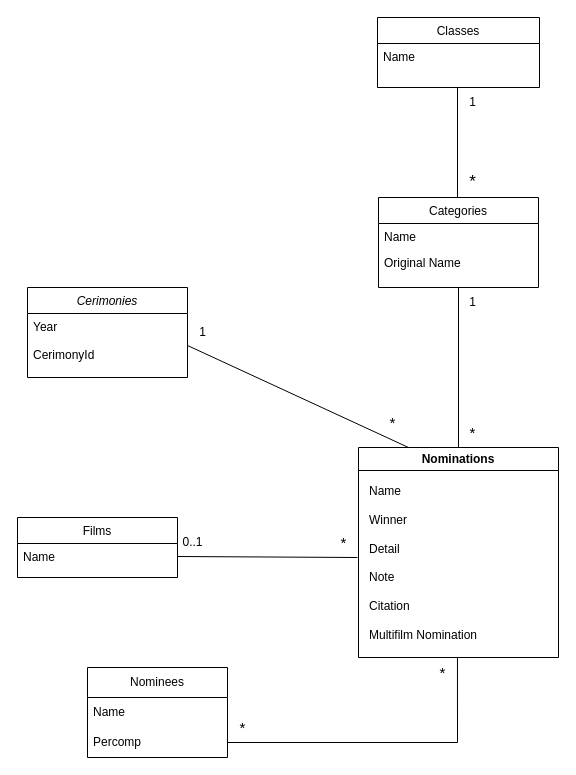
Before: uml.drawio in QuAleAcEna/PythonAppOscars, a draw.io diagram. Source tidied: cells renumbered, new cells numbered last; positions are measured from the earlier drawing's top-left corner, leaving out a move shared by most shapes. Both pictures are drawn from the tidied source at 100%, with x=0, y=0 at pixel (17, 17).
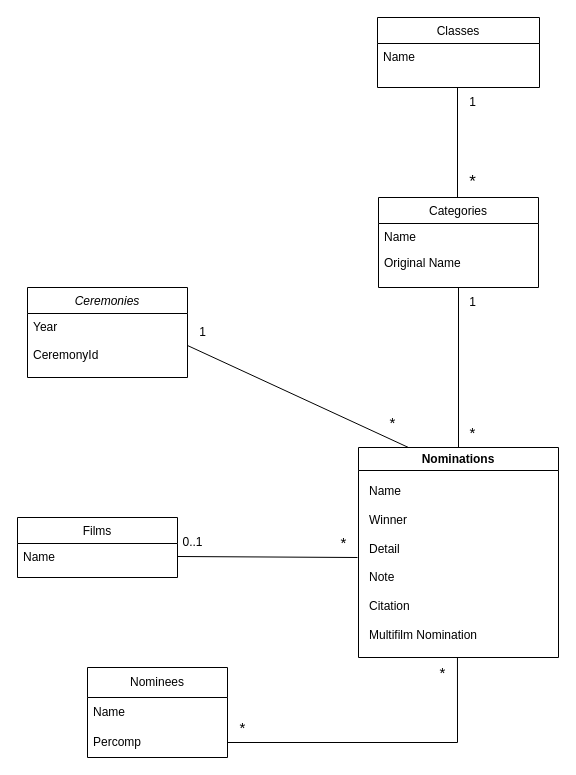
The same diagram, later.

Change to the diagram source:
```diff
@@
-    <mxCell id="2" value="Cerimonies" style="swimlane;fontStyle=2;align=center;verticalAlign=top;horizontal=1;startSize=26;rounded=0;shadow=0;strokeWidth=1;" parent="1" vertex="1">
+    <mxCell id="2" value="Ceremonies" style="swimlane;fontStyle=2;align=center;verticalAlign=top;horizontal=1;startSize=26;rounded=0;shadow=0;strokeWidth=1;" parent="1" vertex="1">
       <mxGeometry x="10" y="270" width="160" height="90" as="geometry" />
     </mxCell>
-    <mxCell id="3" value="Year&#10;&#10;CerimonyId" style="text;align=left;verticalAlign=top;spacingLeft=4;spacingRight=4;overflow=hidden;points=[[0,0.5],[1,0.5]];portConstraint=eastwest;" parent="2" vertex="1">
+    <mxCell id="3" value="Year&#10;&#10;CeremonyId" style="text;align=left;verticalAlign=top;spacingLeft=4;spacingRight=4;overflow=hidden;points=[[0,0.5],[1,0.5]];portConstraint=eastwest;" parent="2" vertex="1">
       <mxGeometry y="26" width="160" height="64" as="geometry" />
     </mxCell>
```
